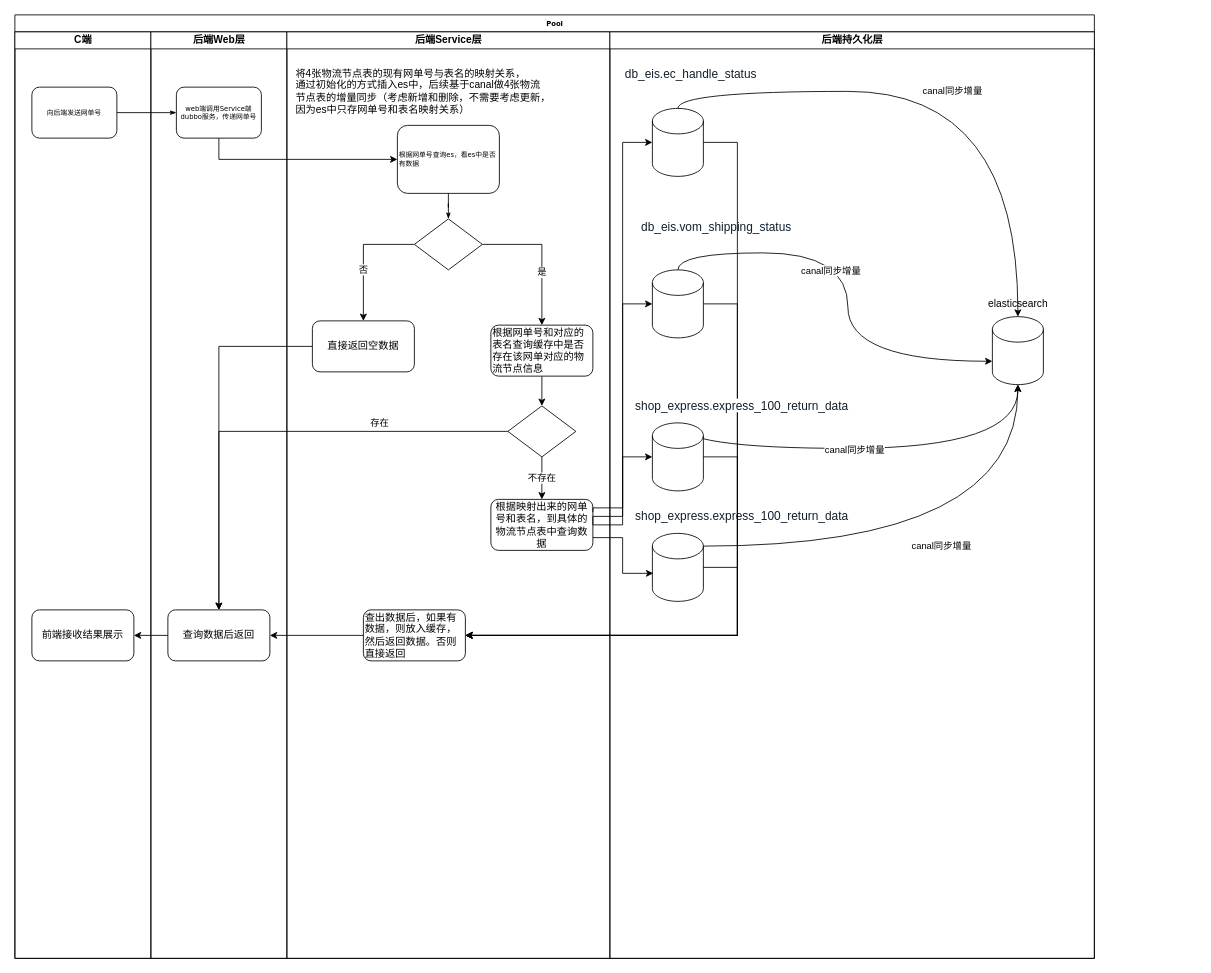
Above: shop/Untitled Diagram.drawio in pin062788/workflow-picture (draw.io), before the change. Source tidied: cells renumbered, new cells numbered last; positions are measured from the earlier drawing's top-left corner, leaving out a move shared by most shapes. Both pictures are drawn from the tidied source at 85%, with x=0, y=0 at pixel (14, 14).
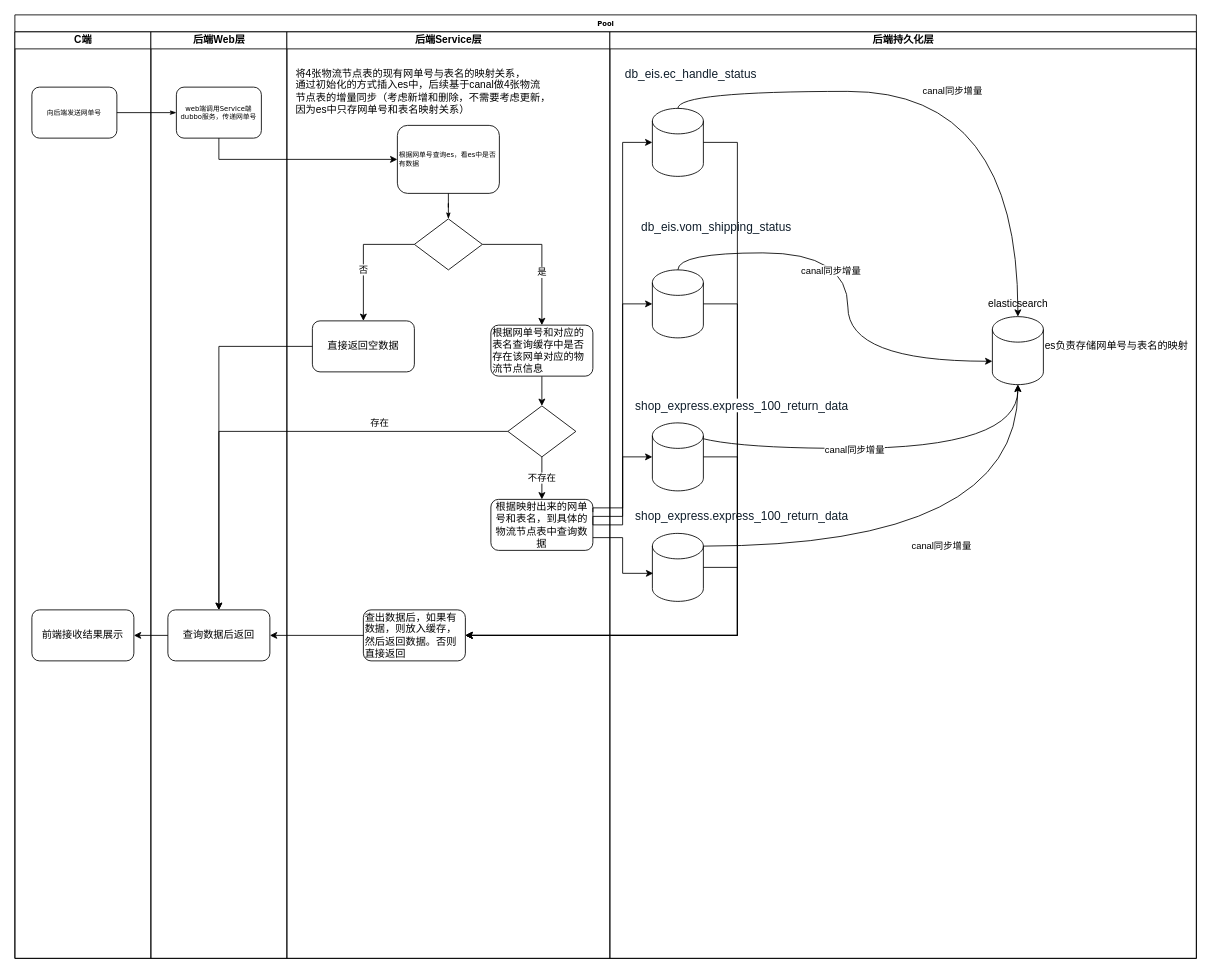
The same page after the edit.

What changed in the source:
```diff
@@
     <mxCell id="2" value="Pool" style="swimlane;html=1;startSize=20;rounded=0;shadow=0;labelBackgroundColor=none;strokeWidth=1;fontFamily=Verdana;fontSize=8;align=center;" parent="1" vertex="1">
-      <mxGeometry width="1270" height="1110" as="geometry" />
+      <mxGeometry width="1390" height="1110" as="geometry" />
     </mxCell>
@@
     <mxCell id="24" value="后端持久化层" style="swimlane;html=1;startSize=20;" parent="2" vertex="1">
-      <mxGeometry x="700" y="20" width="570" height="1090" as="geometry" />
+      <mxGeometry x="700" y="20" width="690" height="1090" as="geometry" />
     </mxCell>
@@
+    <mxCell id="54" value="es负责存储网单号与表名的映射" style="text;html=1;align=left;verticalAlign=middle;strokeColor=none;" parent="24" vertex="1">
+      <mxGeometry x="510" y="360" width="180" height="20" as="geometry" />
+    </mxCell>
```
